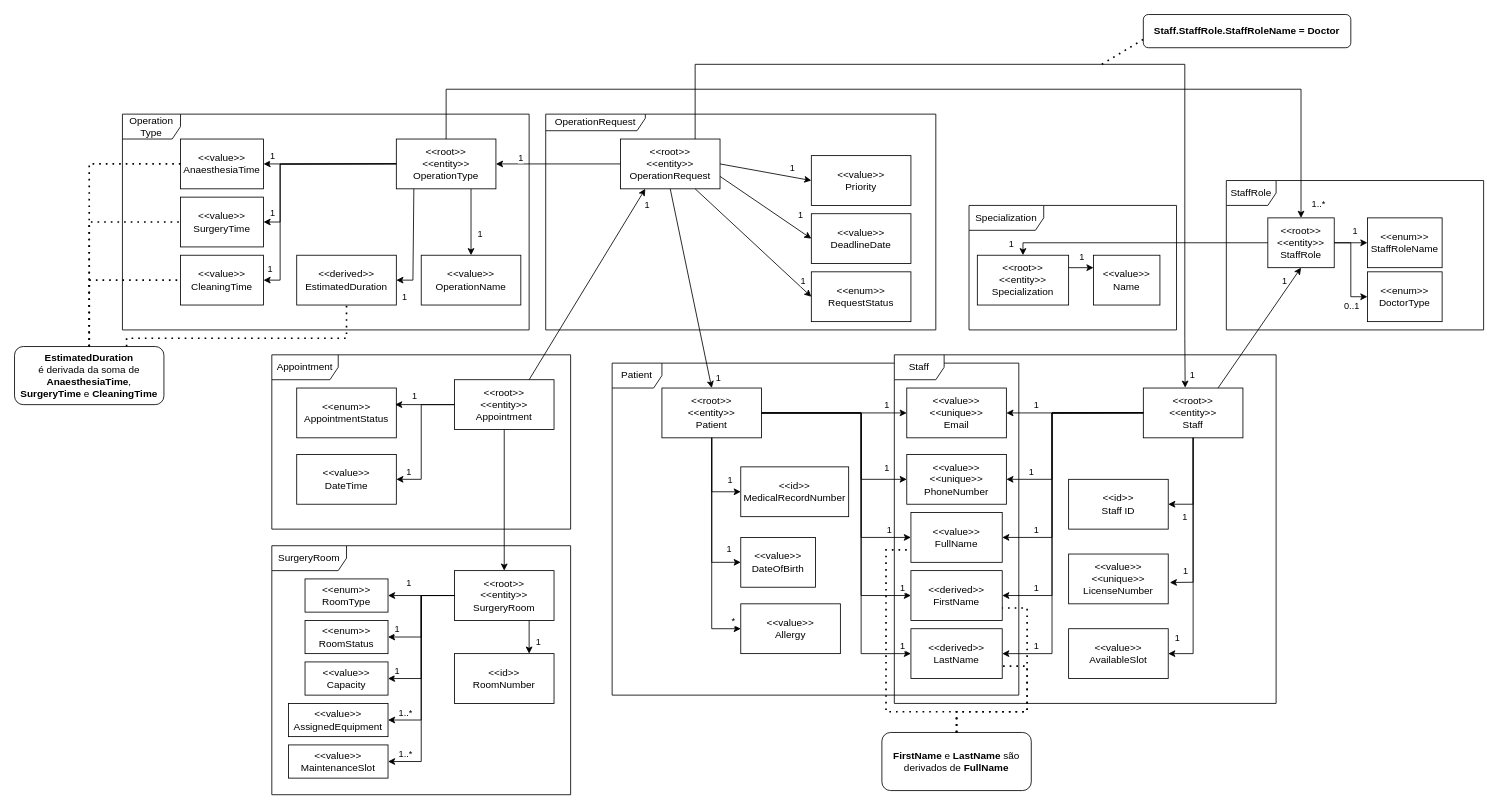
Above: docs/geral/domain_model/images/Modelo_Dominio.drawio in andredsferreira/p5sem-3dj-g59 (draw.io), before the change. Source tidied: cells renumbered, new cells numbered last; positions are measured from the earlier drawing's top-left corner, leaving out a move shared by most shapes. Both pictures are drawn from the tidied source at 83%, with x=0, y=0 at pixel (14, 14).
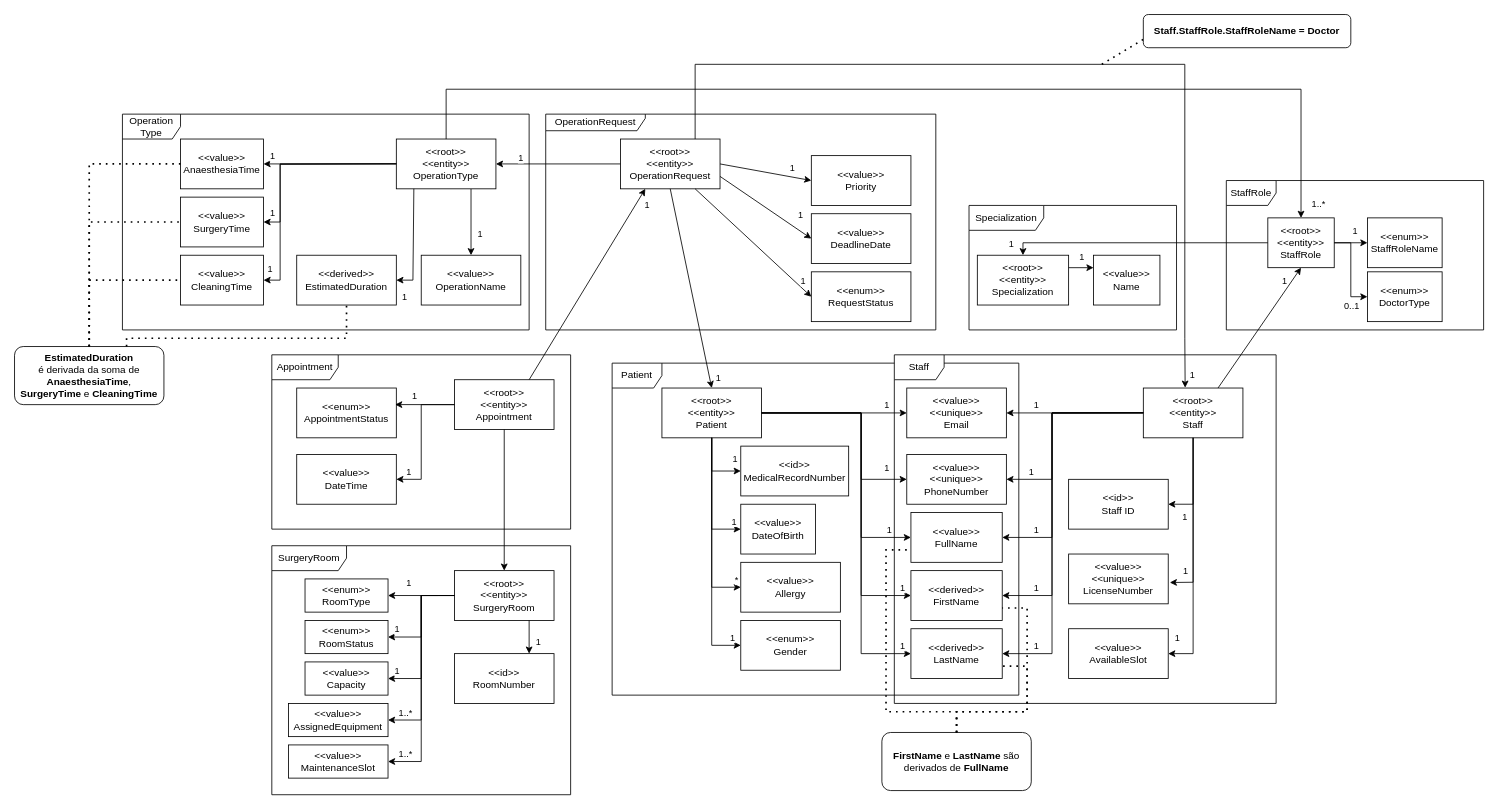
The same page after the edit.

Unchanged cells that the change refers to:
```xml
<mxCell id="8" value="&amp;lt;&amp;lt;root&amp;gt;&amp;gt;&lt;div&gt;&amp;lt;&amp;lt;entity&amp;gt;&amp;gt;&lt;/div&gt;&lt;div&gt;Patient&lt;/div&gt;" style="whiteSpace=wrap;html=1;" parent="1" vertex="1">
  <mxGeometry x="780" y="450" width="120" height="60" as="geometry" />
</mxCell>
```

The edit, as a diff of the source:
```diff
@@
     <mxCell id="22" value="&amp;lt;&amp;lt;value&amp;gt;&amp;gt;&lt;div&gt;DateOfBirth&lt;/div&gt;" style="whiteSpace=wrap;html=1;" parent="1" vertex="1">
-      <mxGeometry x="875" y="630" width="90" height="60" as="geometry" />
+      <mxGeometry x="875" y="590" width="90" height="60" as="geometry" />
     </mxCell>
     <mxCell id="23" style="endArrow=classic;html=1;rounded=0;exitX=0.5;exitY=1;exitDx=0;exitDy=0;entryX=0;entryY=0.5;entryDx=0;entryDy=0;" parent="1" edge="1" source="8" target="22">
       <mxGeometry relative="1" as="geometry">
         <Array as="points">
-          <mxPoint x="840" y="660" />
+          <mxPoint x="840" y="620" />
         </Array>
       </mxGeometry>
     </mxCell>
@@
     <mxCell id="25" value="&amp;lt;&amp;lt;id&amp;gt;&amp;gt;&lt;div&gt;MedicalRecordNumber&lt;/div&gt;" style="whiteSpace=wrap;html=1;" parent="1" vertex="1">
-      <mxGeometry x="875" y="545" width="130" height="60" as="geometry" />
+      <mxGeometry x="875" y="520" width="130" height="60" as="geometry" />
     </mxCell>
     <mxCell id="26" style="endArrow=classic;html=1;rounded=0;exitX=0.5;exitY=1;exitDx=0;exitDy=0;entryX=0;entryY=0.5;entryDx=0;entryDy=0;" parent="1" edge="1" source="8" target="25">
       <mxGeometry relative="1" as="geometry">
         <Array as="points">
-          <mxPoint x="840" y="575" />
+          <mxPoint x="840" y="550" />
         </Array>
       </mxGeometry>
     </mxCell>
@@
     <mxCell id="34" value="&amp;lt;&amp;lt;value&amp;gt;&amp;gt;&lt;div&gt;Allergy&lt;/div&gt;" style="whiteSpace=wrap;html=1;" parent="1" vertex="1">
-      <mxGeometry x="875" y="710" width="120" height="60" as="geometry" />
+      <mxGeometry x="875" y="660" width="120" height="60" as="geometry" />
     </mxCell>
     <mxCell id="35" style="endArrow=classic;html=1;rounded=0;exitX=0.5;exitY=1;exitDx=0;exitDy=0;entryX=0;entryY=0.5;entryDx=0;entryDy=0;" parent="1" edge="1" source="8" target="34">
       <mxGeometry relative="1" as="geometry">
         <Array as="points">
-          <mxPoint x="840" y="740" />
+          <mxPoint x="840" y="690" />
         </Array>
       </mxGeometry>
     </mxCell>
@@
+    <mxCell id="143" value="&amp;lt;&amp;lt;enum&amp;gt;&amp;gt;&lt;div&gt;Gender&lt;/div&gt;" style="whiteSpace=wrap;html=1;" parent="1" vertex="1">
+      <mxGeometry x="875" y="730" width="120" height="60" as="geometry" />
+    </mxCell>
+    <mxCell id="144" style="endArrow=classic;html=1;rounded=0;exitX=0.5;exitY=1;exitDx=0;exitDy=0;entryX=0;entryY=0.5;entryDx=0;entryDy=0;" parent="1" edge="1" target="143">
+      <mxGeometry relative="1" as="geometry">
+        <mxPoint x="840" y="510" as="sourcePoint" />
+        <Array as="points">
+          <mxPoint x="840" y="760" />
+        </Array>
+      </mxGeometry>
+    </mxCell>
+    <mxCell id="145" value="1" style="edgeLabel;html=1;align=center;verticalAlign=middle;" parent="144" vertex="1">
+      <mxGeometry x="0.86" y="1" relative="1" as="geometry">
+        <mxPoint x="9" y="-9" as="offset" />
+      </mxGeometry>
+    </mxCell>
```
